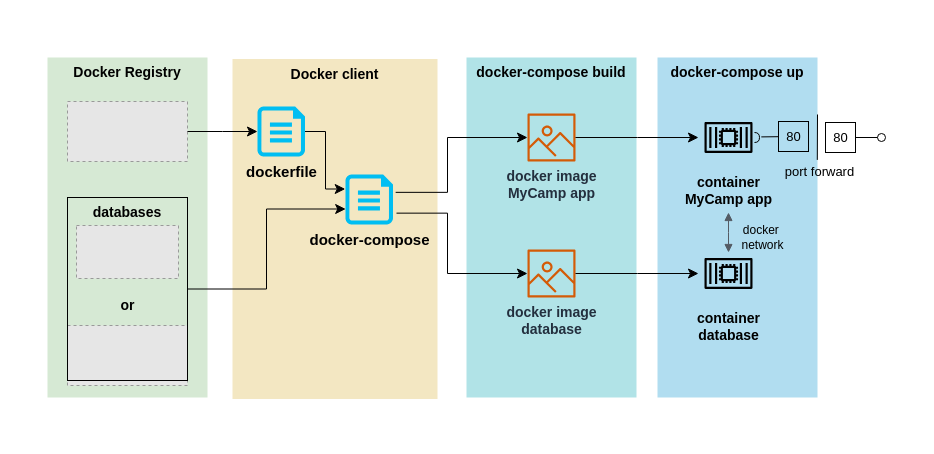
Above: docs/sketch_drawio/Docker diagram.drawio in MT-123/my-camp (draw.io), before the change. Source tidied: cells renumbered, new cells numbered last; positions are measured from the earlier drawing's top-left corner, leaving out a move shared by most shapes. Both pictures are drawn from the tidied source at 100%, with x=0, y=0 at pixel (17, 17). Pictures stored in the file or linked from it are replaced by grey dashed boxes.
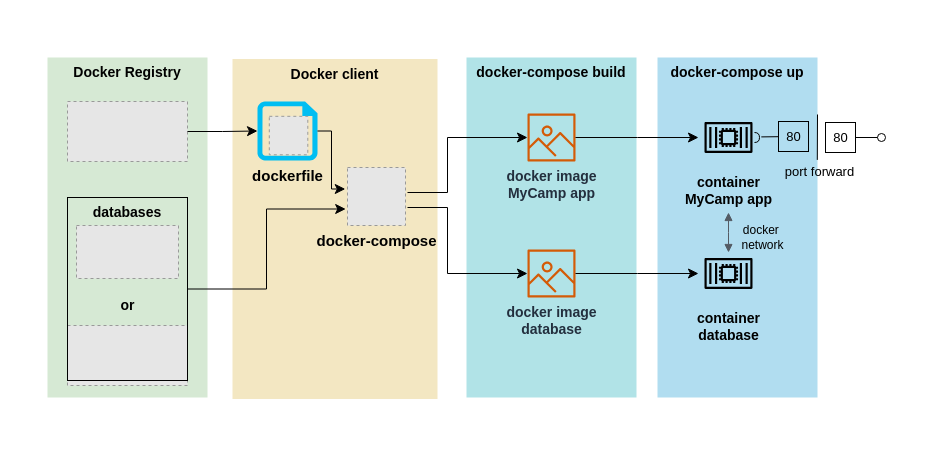
Above is the later version.

Commit message (it also covers changes not shown here):
docker diagram update

Unchanged cells that the change refers to:
```xml
<mxCell id="6" value="&lt;font style=&quot;font-size: 14px;&quot;&gt;&lt;b&gt;docker image&lt;br&gt;MyCamp app&lt;br&gt;&lt;/b&gt;&lt;/font&gt;" style="sketch=0;outlineConnect=0;fontColor=#232F3E;gradientColor=none;fillColor=#D45B07;strokeColor=none;dashed=0;verticalLabelPosition=bottom;verticalAlign=top;align=center;html=1;fontSize=12;fontStyle=0;shape=mxgraph.aws4.container_registry_image;" parent="1" vertex="1">
  <mxGeometry x="510" y="96" width="48" height="48" as="geometry" />
</mxCell>
<mxCell id="9" value="&lt;font style=&quot;font-size: 14px;&quot;&gt;&lt;b&gt;docker image&lt;br&gt;database&lt;br&gt;&lt;/b&gt;&lt;/font&gt;" style="sketch=0;outlineConnect=0;fontColor=#232F3E;gradientColor=none;fillColor=#D45B07;strokeColor=none;dashed=0;verticalLabelPosition=bottom;verticalAlign=top;align=center;html=1;fontSize=12;fontStyle=0;shape=mxgraph.aws4.container_registry_image;" parent="1" vertex="1">
  <mxGeometry x="510" y="232" width="48" height="48" as="geometry" />
</mxCell>
<mxCell id="15" value="&lt;font style=&quot;font-size: 14px;&quot;&gt;&lt;b&gt;databases&lt;/b&gt;&lt;/font&gt;" style="rounded=0;whiteSpace=wrap;html=1;verticalAlign=top;fillColor=none;" parent="12" vertex="1">
  <mxGeometry width="120" height="183" as="geometry" />
</mxCell>
```

Change to the diagram source:
```diff
@@
     <mxCell id="8" value="&lt;font style=&quot;font-size: 15px;&quot;&gt;&lt;b&gt;dockerfile&lt;/b&gt;&lt;/font&gt;" style="verticalLabelPosition=bottom;html=1;verticalAlign=top;align=center;strokeColor=none;fillColor=#00BEF2;shape=mxgraph.azure.file;" parent="1" vertex="1">
-      <mxGeometry x="240" y="89" width="47.5" height="50" as="geometry" />
+      <mxGeometry x="240" y="84" width="60" height="59" as="geometry" />
     </mxCell>
@@
-    <mxCell id="10" value="&lt;font style=&quot;font-size: 15px;&quot;&gt;&lt;b&gt;docker-compose&lt;/b&gt;&lt;/font&gt;" style="verticalLabelPosition=bottom;html=1;verticalAlign=top;align=center;strokeColor=none;fillColor=#00BEF2;shape=mxgraph.azure.file;" parent="1" vertex="1">
-      <mxGeometry x="328" y="157" width="47.5" height="50" as="geometry" />
-    </mxCell>
-    <mxCell id="11" style="edgeStyle=elbowEdgeStyle;elbow=horizontal;endArrow=classic;html=1;curved=0;rounded=0;endSize=8;startSize=8;exitX=1;exitY=0.5;exitDx=0;exitDy=0;exitPerimeter=0;entryX=-0.005;entryY=0.29;entryDx=0;entryDy=0;entryPerimeter=0;" parent="1" edge="1" source="8" target="10">
-      <mxGeometry relative="1" as="geometry" />
+    <mxCell id="11" style="edgeStyle=elbowEdgeStyle;elbow=horizontal;endArrow=classic;html=1;curved=0;rounded=0;endSize=8;startSize=8;exitX=1;exitY=0.5;exitDx=0;exitDy=0;exitPerimeter=0;entryX=-0.005;entryY=0.29;entryDx=0;entryDy=0;entryPerimeter=0;" parent="1" edge="1" source="8">
+      <mxGeometry relative="1" as="geometry">
+        <mxPoint x="327.8" y="171.5" as="targetPoint" />
+      </mxGeometry>
     </mxCell>
@@
-    <mxCell id="17" style="edgeStyle=elbowEdgeStyle;elbow=horizontal;endArrow=classic;html=1;curved=0;rounded=0;endSize=8;startSize=8;entryX=0.004;entryY=0.69;entryDx=0;entryDy=0;entryPerimeter=0;" parent="1" edge="1" source="15" target="10">
-      <mxGeometry relative="1" as="geometry" />
+    <mxCell id="17" style="edgeStyle=elbowEdgeStyle;elbow=horizontal;endArrow=classic;html=1;curved=0;rounded=0;endSize=8;startSize=8;entryX=0.004;entryY=0.69;entryDx=0;entryDy=0;entryPerimeter=0;" parent="1" edge="1" source="15">
+      <mxGeometry relative="1" as="geometry">
+        <mxPoint x="328.2" y="191.5" as="targetPoint" />
+      </mxGeometry>
     </mxCell>
@@
-    <mxCell id="19" style="edgeStyle=elbowEdgeStyle;elbow=horizontal;endArrow=classic;html=1;curved=0;rounded=0;endSize=8;startSize=8;exitX=1.056;exitY=0.357;exitDx=0;exitDy=0;exitPerimeter=0;" parent="1" edge="1" source="10" target="6">
+    <mxCell id="19" style="edgeStyle=elbowEdgeStyle;elbow=horizontal;endArrow=classic;html=1;curved=0;rounded=0;endSize=8;startSize=8;" parent="1" edge="1" target="6">
       <mxGeometry relative="1" as="geometry">
+        <mxPoint x="390" y="175" as="sourcePoint" />
         <Array as="points">
           <mxPoint x="430" y="160" />
         </Array>
       </mxGeometry>
     </mxCell>
-    <mxCell id="20" style="edgeStyle=elbowEdgeStyle;elbow=horizontal;endArrow=classic;html=1;curved=0;rounded=0;endSize=8;startSize=8;exitX=1.074;exitY=0.773;exitDx=0;exitDy=0;exitPerimeter=0;" parent="1" edge="1" source="10" target="9">
+    <mxCell id="20" style="edgeStyle=elbowEdgeStyle;elbow=horizontal;endArrow=classic;html=1;curved=0;rounded=0;endSize=8;startSize=8;" parent="1" edge="1" target="9">
       <mxGeometry relative="1" as="geometry">
+        <mxPoint x="390" y="190" as="sourcePoint" />
         <Array as="points">
           <mxPoint x="430" y="230" />
         </Array>
       </mxGeometry>
     </mxCell>
@@
+    <mxCell id="37" style="fillColor=#E6E6E6;strokeColor=#999999;dashed=1;html=1;verticalAlign=top;verticalLabelPosition=bottom;labelBackgroundColor=#ffffff;" parent="1" vertex="1">
+      <mxGeometry x="251.8" y="98.8" width="38.5" height="38.5" as="geometry" />
+    </mxCell>
+    <mxCell id="10" value="&lt;b style=&quot;border-color: var(--border-color); font-size: 15px;&quot;&gt;docker-compose&lt;/b&gt;" style="fillColor=#E6E6E6;strokeColor=#999999;dashed=1;html=1;verticalAlign=top;verticalLabelPosition=bottom;labelBackgroundColor=none;" parent="1" vertex="1">
+      <mxGeometry x="330" y="150" width="58" height="58" as="geometry" />
+    </mxCell>
```
